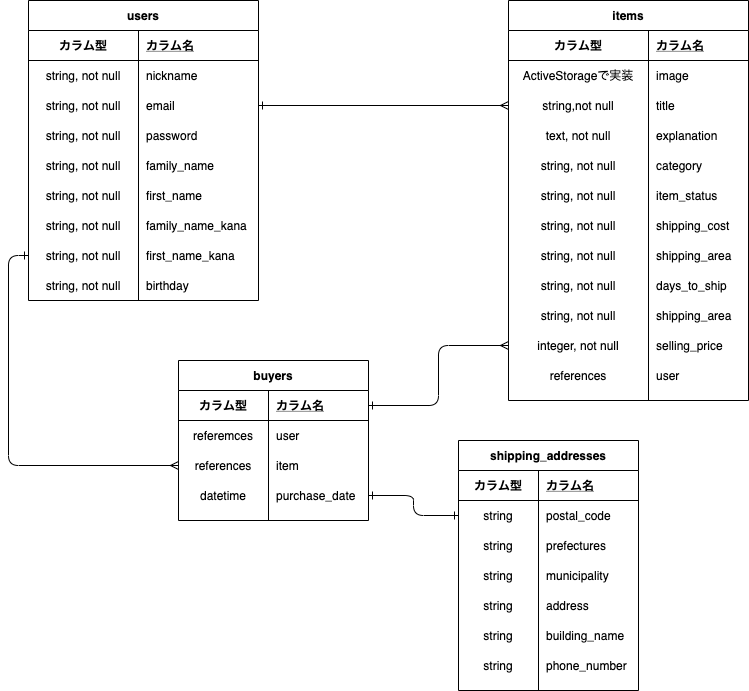
Earlier version of the draw.io export furima-31109.drawio.png (kumazakiz/furima-31109). Source tidied: cells renumbered, new cells last; positions are measured from the earlier drawing's top-left corner, leaving out a move shared by most shapes.
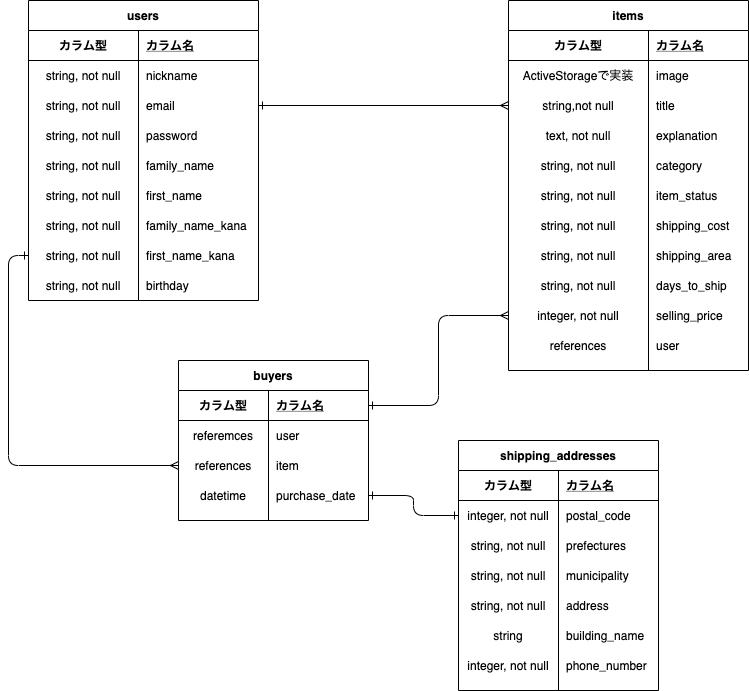
After the change.

Change to the diagram source:
```diff
@@ -90,7 +90,7 @@
       <mxGeometry x="110" width="120" height="30" as="geometry" />
     </mxCell>
     <mxCell id="31" value="items" style="shape=table;startSize=30;rowLines=0;fontStyle=1;align=center;" parent="1" vertex="1">
-      <mxGeometry x="480" width="240" height="400" as="geometry" />
+      <mxGeometry x="480" width="240" height="370" as="geometry" />
     </mxCell>
     <mxCell id="32" style="shape=partialRectangle;fillColor=none;top=0;left=0;bottom=1;right=0;" parent="31" vertex="1">
       <mxGeometry y="30" width="240" height="30" as="geometry" />
@@ -173,17 +173,8 @@
     <mxCell id="58" value="days_to_ship" style="shape=partialRectangle;fillColor=none;top=0;left=0;bottom=0;right=0;align=left;spacingLeft=6;overflow=hidden;" parent="56" vertex="1">
       <mxGeometry x="140" width="100" height="30" as="geometry" />
     </mxCell>
-    <mxCell id="59" style="shape=partialRectangle;fillColor=none;top=0;left=0;bottom=0;right=0;" parent="31" vertex="1">
-      <mxGeometry y="300" width="240" height="30" as="geometry" />
-    </mxCell>
-    <mxCell id="60" value="string, not null" style="shape=partialRectangle;fillColor=none;top=0;left=0;bottom=0;right=0;overflow=hidden;" parent="59" vertex="1">
-      <mxGeometry width="140" height="30" as="geometry" />
-    </mxCell>
-    <mxCell id="61" value="shipping_area" style="shape=partialRectangle;fillColor=none;top=0;left=0;bottom=0;right=0;align=left;spacingLeft=6;overflow=hidden;" parent="59" vertex="1">
-      <mxGeometry x="140" width="100" height="30" as="geometry" />
-    </mxCell>
     <mxCell id="62" style="shape=partialRectangle;fillColor=none;top=0;left=0;bottom=0;right=0;points=[[0,0.5],[1,0.5]];portConstraint=eastwest;" parent="31" vertex="1">
-      <mxGeometry y="330" width="240" height="30" as="geometry" />
+      <mxGeometry y="300" width="240" height="30" as="geometry" />
     </mxCell>
     <mxCell id="63" value="integer, not null" style="shape=partialRectangle;fillColor=none;top=0;left=0;bottom=0;right=0;overflow=hidden;" parent="62" vertex="1">
       <mxGeometry width="140" height="30" as="geometry" />
@@ -192,7 +183,7 @@
       <mxGeometry x="140" width="100" height="30" as="geometry" />
     </mxCell>
     <mxCell id="65" style="shape=partialRectangle;fillColor=none;top=0;left=0;bottom=0;right=0;" parent="31" vertex="1">
-      <mxGeometry y="360" width="240" height="30" as="geometry" />
+      <mxGeometry y="330" width="240" height="30" as="geometry" />
     </mxCell>
     <mxCell id="66" value="references" style="shape=partialRectangle;fillColor=none;top=0;left=0;bottom=0;right=0;overflow=hidden;" parent="65" vertex="1">
       <mxGeometry width="140" height="30" as="geometry" />
@@ -201,70 +192,70 @@
       <mxGeometry x="140" width="100" height="30" as="geometry" />
     </mxCell>
     <mxCell id="68" value="shipping_addresses" style="shape=table;startSize=30;rowLines=0;fontStyle=1;align=center;rounded=0;sketch=0;" parent="1" vertex="1">
-      <mxGeometry x="430" y="440" width="180" height="250" as="geometry" />
+      <mxGeometry x="430" y="440" width="200" height="250" as="geometry" />
     </mxCell>
     <mxCell id="69" style="shape=partialRectangle;fillColor=none;top=0;left=0;bottom=1;right=0;" parent="68" vertex="1">
-      <mxGeometry y="30" width="180" height="30" as="geometry" />
+      <mxGeometry y="30" width="200" height="30" as="geometry" />
     </mxCell>
     <mxCell id="70" value="カラム型" style="shape=partialRectangle;fillColor=none;top=0;left=0;bottom=0;right=0;fontStyle=1;overflow=hidden;" parent="69" vertex="1">
-      <mxGeometry width="80" height="30" as="geometry" />
+      <mxGeometry width="100" height="30" as="geometry" />
     </mxCell>
     <mxCell id="71" value="カラム名" style="shape=partialRectangle;fillColor=none;top=0;left=0;bottom=0;right=0;align=left;spacingLeft=6;fontStyle=5;overflow=hidden;" parent="69" vertex="1">
-      <mxGeometry x="80" width="100" height="30" as="geometry" />
+      <mxGeometry x="100" width="100" height="30" as="geometry" />
     </mxCell>
     <mxCell id="72" style="shape=partialRectangle;fillColor=none;top=0;left=0;bottom=0;right=0;points=[[0,0.5],[1,0.5]];portConstraint=eastwest;" parent="68" vertex="1">
-      <mxGeometry y="60" width="180" height="30" as="geometry" />
+      <mxGeometry y="60" width="200" height="30" as="geometry" />
     </mxCell>
-    <mxCell id="73" value="string" style="shape=partialRectangle;fillColor=none;top=0;left=0;bottom=0;right=0;overflow=hidden;" parent="72" vertex="1">
-      <mxGeometry width="80" height="30" as="geometry" />
+    <mxCell id="73" value="integer, not null" style="shape=partialRectangle;fillColor=none;top=0;left=0;bottom=0;right=0;overflow=hidden;" parent="72" vertex="1">
+      <mxGeometry width="100" height="30" as="geometry" />
     </mxCell>
     <mxCell id="74" value="postal_code" style="shape=partialRectangle;fillColor=none;top=0;left=0;bottom=0;right=0;align=left;spacingLeft=6;overflow=hidden;" parent="72" vertex="1">
-      <mxGeometry x="80" width="100" height="30" as="geometry" />
+      <mxGeometry x="100" width="100" height="30" as="geometry" />
     </mxCell>
     <mxCell id="75" style="shape=partialRectangle;fillColor=none;top=0;left=0;bottom=0;right=0;" parent="68" vertex="1">
-      <mxGeometry y="90" width="180" height="30" as="geometry" />
+      <mxGeometry y="90" width="200" height="30" as="geometry" />
     </mxCell>
-    <mxCell id="76" value="string" style="shape=partialRectangle;fillColor=none;top=0;left=0;bottom=0;right=0;overflow=hidden;" parent="75" vertex="1">
-      <mxGeometry width="80" height="30" as="geometry" />
+    <mxCell id="76" value="string, not null" style="shape=partialRectangle;fillColor=none;top=0;left=0;bottom=0;right=0;overflow=hidden;" parent="75" vertex="1">
+      <mxGeometry width="100" height="30" as="geometry" />
     </mxCell>
     <mxCell id="77" value="prefectures" style="shape=partialRectangle;fillColor=none;top=0;left=0;bottom=0;right=0;align=left;spacingLeft=6;overflow=hidden;" parent="75" vertex="1">
-      <mxGeometry x="80" width="100" height="30" as="geometry" />
+      <mxGeometry x="100" width="100" height="30" as="geometry" />
     </mxCell>
     <mxCell id="78" style="shape=partialRectangle;fillColor=none;top=0;left=0;bottom=0;right=0;" parent="68" vertex="1">
-      <mxGeometry y="120" width="180" height="30" as="geometry" />
+      <mxGeometry y="120" width="200" height="30" as="geometry" />
     </mxCell>
-    <mxCell id="79" value="string" style="shape=partialRectangle;fillColor=none;top=0;left=0;bottom=0;right=0;overflow=hidden;" parent="78" vertex="1">
-      <mxGeometry width="80" height="30" as="geometry" />
+    <mxCell id="79" value="string, not null" style="shape=partialRectangle;fillColor=none;top=0;left=0;bottom=0;right=0;overflow=hidden;" parent="78" vertex="1">
+      <mxGeometry width="100" height="30" as="geometry" />
     </mxCell>
     <mxCell id="80" value="municipality" style="shape=partialRectangle;fillColor=none;top=0;left=0;bottom=0;right=0;align=left;spacingLeft=6;overflow=hidden;" parent="78" vertex="1">
-      <mxGeometry x="80" width="100" height="30" as="geometry" />
+      <mxGeometry x="100" width="100" height="30" as="geometry" />
     </mxCell>
     <mxCell id="81" style="shape=partialRectangle;fillColor=none;top=0;left=0;bottom=0;right=0;" parent="68" vertex="1">
-      <mxGeometry y="150" width="180" height="30" as="geometry" />
+      <mxGeometry y="150" width="200" height="30" as="geometry" />
     </mxCell>
-    <mxCell id="82" value="string" style="shape=partialRectangle;fillColor=none;top=0;left=0;bottom=0;right=0;overflow=hidden;" parent="81" vertex="1">
-      <mxGeometry width="80" height="30" as="geometry" />
+    <mxCell id="82" value="string, not null" style="shape=partialRectangle;fillColor=none;top=0;left=0;bottom=0;right=0;overflow=hidden;" parent="81" vertex="1">
+      <mxGeometry width="100" height="30" as="geometry" />
     </mxCell>
     <mxCell id="83" value="address" style="shape=partialRectangle;fillColor=none;top=0;left=0;bottom=0;right=0;align=left;spacingLeft=6;overflow=hidden;" parent="81" vertex="1">
-      <mxGeometry x="80" width="100" height="30" as="geometry" />
+      <mxGeometry x="100" width="100" height="30" as="geometry" />
     </mxCell>
     <mxCell id="84" style="shape=partialRectangle;fillColor=none;top=0;left=0;bottom=0;right=0;" parent="68" vertex="1">
-      <mxGeometry y="180" width="180" height="30" as="geometry" />
+      <mxGeometry y="180" width="200" height="30" as="geometry" />
     </mxCell>
     <mxCell id="85" value="string" style="shape=partialRectangle;fillColor=none;top=0;left=0;bottom=0;right=0;overflow=hidden;" parent="84" vertex="1">
-      <mxGeometry width="80" height="30" as="geometry" />
+      <mxGeometry width="100" height="30" as="geometry" />
     </mxCell>
     <mxCell id="86" value="building_name" style="shape=partialRectangle;fillColor=none;top=0;left=0;bottom=0;right=0;align=left;spacingLeft=6;overflow=hidden;" parent="84" vertex="1">
-      <mxGeometry x="80" width="100" height="30" as="geometry" />
+      <mxGeometry x="100" width="100" height="30" as="geometry" />
     </mxCell>
     <mxCell id="87" style="shape=partialRectangle;fillColor=none;top=0;left=0;bottom=0;right=0;" parent="68" vertex="1">
-      <mxGeometry y="210" width="180" height="30" as="geometry" />
+      <mxGeometry y="210" width="200" height="30" as="geometry" />
     </mxCell>
-    <mxCell id="88" value="string" style="shape=partialRectangle;fillColor=none;top=0;left=0;bottom=0;right=0;overflow=hidden;" parent="87" vertex="1">
-      <mxGeometry width="80" height="30" as="geometry" />
+    <mxCell id="88" value="integer, not null" style="shape=partialRectangle;fillColor=none;top=0;left=0;bottom=0;right=0;overflow=hidden;" parent="87" vertex="1">
+      <mxGeometry width="100" height="30" as="geometry" />
     </mxCell>
     <mxCell id="89" value="phone_number" style="shape=partialRectangle;fillColor=none;top=0;left=0;bottom=0;right=0;align=left;spacingLeft=6;overflow=hidden;" parent="87" vertex="1">
-      <mxGeometry x="80" width="100" height="30" as="geometry" />
+      <mxGeometry x="100" width="100" height="30" as="geometry" />
     </mxCell>
     <mxCell id="90" value="buyers" style="shape=table;startSize=30;rowLines=0;fontStyle=1;align=center;fillColor=none;" parent="1" vertex="1">
       <mxGeometry x="150" y="360" width="190" height="160" as="geometry" />
```
